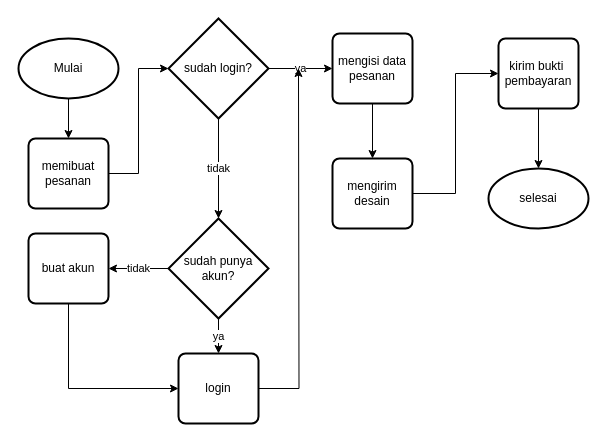
Above: Flowchart usulan sistem pemesanan.drawio in zzarr/SC (draw.io), before the change. Source tidied: cells renumbered, new cells numbered last; positions are measured from the earlier drawing's top-left corner, leaving out a move shared by most shapes. Both pictures are drawn from the tidied source at 100%, with x=0, y=0 at pixel (18, 18).
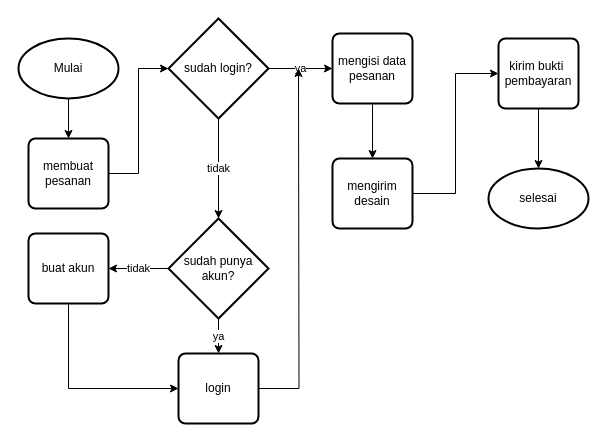
Above is the later version.

Diff of the diagram source:
```diff
@@
-    <mxCell id="5" value="memibuat pesanan" style="rounded=1;whiteSpace=wrap;html=1;absoluteArcSize=1;arcSize=14;strokeWidth=2;" parent="1" vertex="1">
+    <mxCell id="5" value="membuat pesanan" style="rounded=1;whiteSpace=wrap;html=1;absoluteArcSize=1;arcSize=14;strokeWidth=2;" parent="1" vertex="1">
       <mxGeometry x="10" y="120" width="80" height="70" as="geometry" />
     </mxCell>
```
